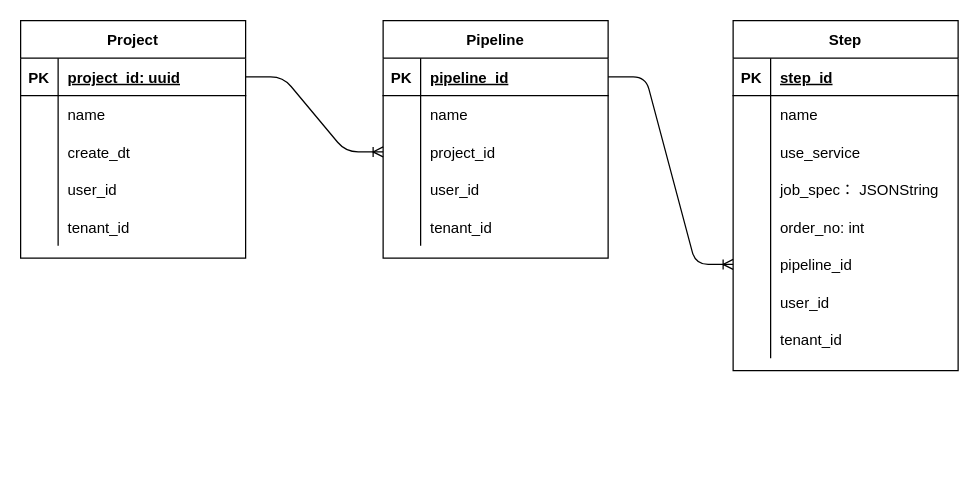
The draw.io diagram page "Project Management Service" (4 of 7) of docs/design/PubSent-Models.drawio in LENAX/public-sentiment-analysis, before the edit. Source tidied: cells renumbered, new cells numbered last; positions are measured from the earlier drawing's top-left corner, leaving out a move shared by most shapes. Both pictures are drawn from the tidied source at 125%, with x=0, y=0 at pixel (20, 20).
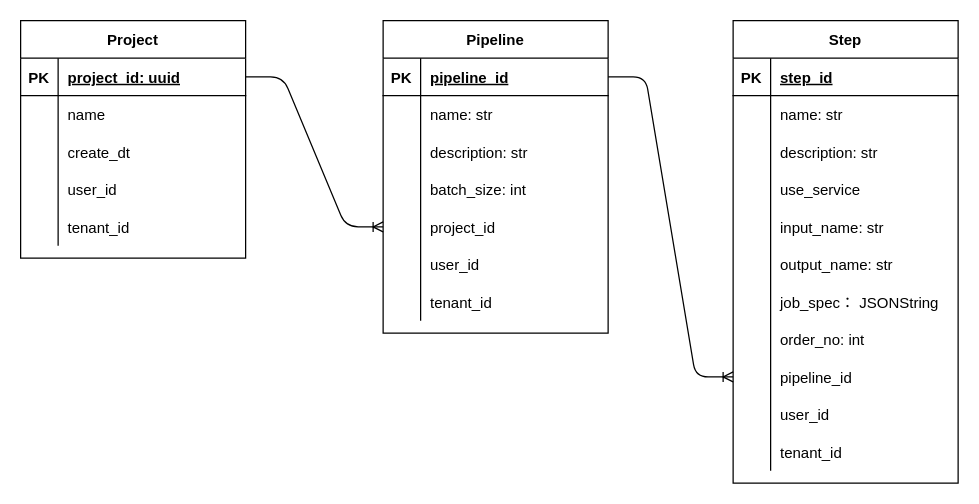
The same diagram, later.

The change refers to these unchanged cells:
```xml
<mxCell id="22" style="shape=partialRectangle;fillColor=none;top=0;left=0;bottom=0;right=0;" parent="18" vertex="1">
  <mxGeometry y="60" width="180" height="30" as="geometry" />
</mxCell>
<mxCell id="38" style="shape=partialRectangle;fillColor=none;top=0;left=0;bottom=0;right=0;" parent="34" vertex="1">
  <mxGeometry y="60" width="180" height="30" as="geometry" />
</mxCell>
```

What changed in the source:
```diff
@@
     <mxCell id="18" value="Pipeline" style="shape=table;startSize=30;childLayout=tableLayout;rowLines=0;fontStyle=1;align=center;" parent="1" vertex="1">
-      <mxGeometry x="290" width="180" height="190" as="geometry" />
+      <mxGeometry x="290" width="180" height="250" as="geometry" />
     </mxCell>
@@
-    <mxCell id="24" value="name" style="shape=partialRectangle;fillColor=none;top=0;left=0;bottom=0;right=0;align=left;spacingLeft=6;overflow=hidden;" parent="22" vertex="1">
+    <mxCell id="24" value="name: str" style="shape=partialRectangle;fillColor=none;top=0;left=0;bottom=0;right=0;align=left;spacingLeft=6;overflow=hidden;" parent="22" vertex="1">
       <mxGeometry x="30" width="150" height="30" as="geometry" />
     </mxCell>
+    <mxCell id="61" style="shape=partialRectangle;fillColor=none;top=0;left=0;bottom=0;right=0;" parent="18" vertex="1">
+      <mxGeometry y="90" width="180" height="30" as="geometry" />
+    </mxCell>
+    <mxCell id="62" style="shape=partialRectangle;fillColor=none;top=0;left=0;bottom=0;right=0;overflow=hidden;" parent="61" vertex="1">
+      <mxGeometry width="30" height="30" as="geometry" />
+    </mxCell>
+    <mxCell id="63" value="description: str" style="shape=partialRectangle;fillColor=none;top=0;left=0;bottom=0;right=0;align=left;spacingLeft=6;overflow=hidden;" parent="61" vertex="1">
+      <mxGeometry x="30" width="150" height="30" as="geometry" />
+    </mxCell>
+    <mxCell id="64" style="shape=partialRectangle;fillColor=none;top=0;left=0;bottom=0;right=0;" parent="18" vertex="1">
+      <mxGeometry y="120" width="180" height="30" as="geometry" />
+    </mxCell>
+    <mxCell id="65" style="shape=partialRectangle;fillColor=none;top=0;left=0;bottom=0;right=0;overflow=hidden;" parent="64" vertex="1">
+      <mxGeometry width="30" height="30" as="geometry" />
+    </mxCell>
+    <mxCell id="66" value="batch_size: int" style="shape=partialRectangle;fillColor=none;top=0;left=0;bottom=0;right=0;align=left;spacingLeft=6;overflow=hidden;" parent="64" vertex="1">
+      <mxGeometry x="30" width="150" height="30" as="geometry" />
+    </mxCell>
     <mxCell id="25" style="shape=partialRectangle;fillColor=none;top=0;left=0;bottom=0;right=0;points=[[0,0.5],[1,0.5]];portConstraint=eastwest;" parent="18" vertex="1">
-      <mxGeometry y="90" width="180" height="30" as="geometry" />
+      <mxGeometry y="150" width="180" height="30" as="geometry" />
     </mxCell>
@@
     <mxCell id="28" style="shape=partialRectangle;fillColor=none;top=0;left=0;bottom=0;right=0;" parent="18" vertex="1">
-      <mxGeometry y="120" width="180" height="30" as="geometry" />
+      <mxGeometry y="180" width="180" height="30" as="geometry" />
     </mxCell>
@@
     <mxCell id="31" style="shape=partialRectangle;fillColor=none;top=0;left=0;bottom=0;right=0;" parent="18" vertex="1">
-      <mxGeometry y="150" width="180" height="30" as="geometry" />
+      <mxGeometry y="210" width="180" height="30" as="geometry" />
     </mxCell>
@@
     <mxCell id="34" value="Step" style="shape=table;startSize=30;childLayout=tableLayout;rowLines=0;fontStyle=1;align=center;" parent="1" vertex="1">
-      <mxGeometry x="570" width="180" height="280" as="geometry" />
+      <mxGeometry x="570" width="180" height="370" as="geometry" />
     </mxCell>
@@
-    <mxCell id="40" value="name" style="shape=partialRectangle;fillColor=none;top=0;left=0;bottom=0;right=0;align=left;spacingLeft=6;overflow=hidden;" parent="38" vertex="1">
+    <mxCell id="40" value="name: str" style="shape=partialRectangle;fillColor=none;top=0;left=0;bottom=0;right=0;align=left;spacingLeft=6;overflow=hidden;" parent="38" vertex="1">
       <mxGeometry x="30" width="150" height="30" as="geometry" />
     </mxCell>
+    <mxCell id="67" style="shape=partialRectangle;fillColor=none;top=0;left=0;bottom=0;right=0;" parent="34" vertex="1">
+      <mxGeometry y="90" width="180" height="30" as="geometry" />
+    </mxCell>
+    <mxCell id="68" style="shape=partialRectangle;fillColor=none;top=0;left=0;bottom=0;right=0;overflow=hidden;" parent="67" vertex="1">
+      <mxGeometry width="30" height="30" as="geometry" />
+    </mxCell>
+    <mxCell id="69" value="description: str" style="shape=partialRectangle;fillColor=none;top=0;left=0;bottom=0;right=0;align=left;spacingLeft=6;overflow=hidden;" parent="67" vertex="1">
+      <mxGeometry x="30" width="150" height="30" as="geometry" />
+    </mxCell>
     <mxCell id="41" style="shape=partialRectangle;fillColor=none;top=0;left=0;bottom=0;right=0;" parent="34" vertex="1">
-      <mxGeometry y="90" width="180" height="30" as="geometry" />
+      <mxGeometry y="120" width="180" height="30" as="geometry" />
     </mxCell>
@@
+    <mxCell id="70" style="shape=partialRectangle;fillColor=none;top=0;left=0;bottom=0;right=0;" parent="34" vertex="1">
+      <mxGeometry y="150" width="180" height="30" as="geometry" />
+    </mxCell>
+    <mxCell id="71" style="shape=partialRectangle;fillColor=none;top=0;left=0;bottom=0;right=0;overflow=hidden;" parent="70" vertex="1">
+      <mxGeometry width="30" height="30" as="geometry" />
+    </mxCell>
+    <mxCell id="72" value="input_name: str" style="shape=partialRectangle;fillColor=none;top=0;left=0;bottom=0;right=0;align=left;spacingLeft=6;overflow=hidden;" parent="70" vertex="1">
+      <mxGeometry x="30" width="150" height="30" as="geometry" />
+    </mxCell>
+    <mxCell id="73" style="shape=partialRectangle;fillColor=none;top=0;left=0;bottom=0;right=0;" parent="34" vertex="1">
+      <mxGeometry y="180" width="180" height="30" as="geometry" />
+    </mxCell>
+    <mxCell id="74" style="shape=partialRectangle;fillColor=none;top=0;left=0;bottom=0;right=0;overflow=hidden;" parent="73" vertex="1">
+      <mxGeometry width="30" height="30" as="geometry" />
+    </mxCell>
+    <mxCell id="75" value="output_name: str" style="shape=partialRectangle;fillColor=none;top=0;left=0;bottom=0;right=0;align=left;spacingLeft=6;overflow=hidden;" parent="73" vertex="1">
+      <mxGeometry x="30" width="150" height="30" as="geometry" />
+    </mxCell>
     <mxCell id="44" style="shape=partialRectangle;fillColor=none;top=0;left=0;bottom=0;right=0;" parent="34" vertex="1">
-      <mxGeometry y="120" width="180" height="30" as="geometry" />
+      <mxGeometry y="210" width="180" height="30" as="geometry" />
     </mxCell>
@@
     <mxCell id="47" style="shape=partialRectangle;fillColor=none;top=0;left=0;bottom=0;right=0;" parent="34" vertex="1">
-      <mxGeometry y="150" width="180" height="30" as="geometry" />
+      <mxGeometry y="240" width="180" height="30" as="geometry" />
     </mxCell>
@@
     <mxCell id="50" style="shape=partialRectangle;fillColor=none;top=0;left=0;bottom=0;right=0;points=[[0,0.5],[1,0.5]];portConstraint=eastwest;" parent="34" vertex="1">
-      <mxGeometry y="180" width="180" height="30" as="geometry" />
+      <mxGeometry y="270" width="180" height="30" as="geometry" />
     </mxCell>
@@
     <mxCell id="53" style="shape=partialRectangle;fillColor=none;top=0;left=0;bottom=0;right=0;" parent="34" vertex="1">
-      <mxGeometry y="210" width="180" height="30" as="geometry" />
+      <mxGeometry y="300" width="180" height="30" as="geometry" />
     </mxCell>
@@
     <mxCell id="56" style="shape=partialRectangle;fillColor=none;top=0;left=0;bottom=0;right=0;" parent="34" vertex="1">
-      <mxGeometry y="240" width="180" height="30" as="geometry" />
+      <mxGeometry y="330" width="180" height="30" as="geometry" />
     </mxCell>
```
